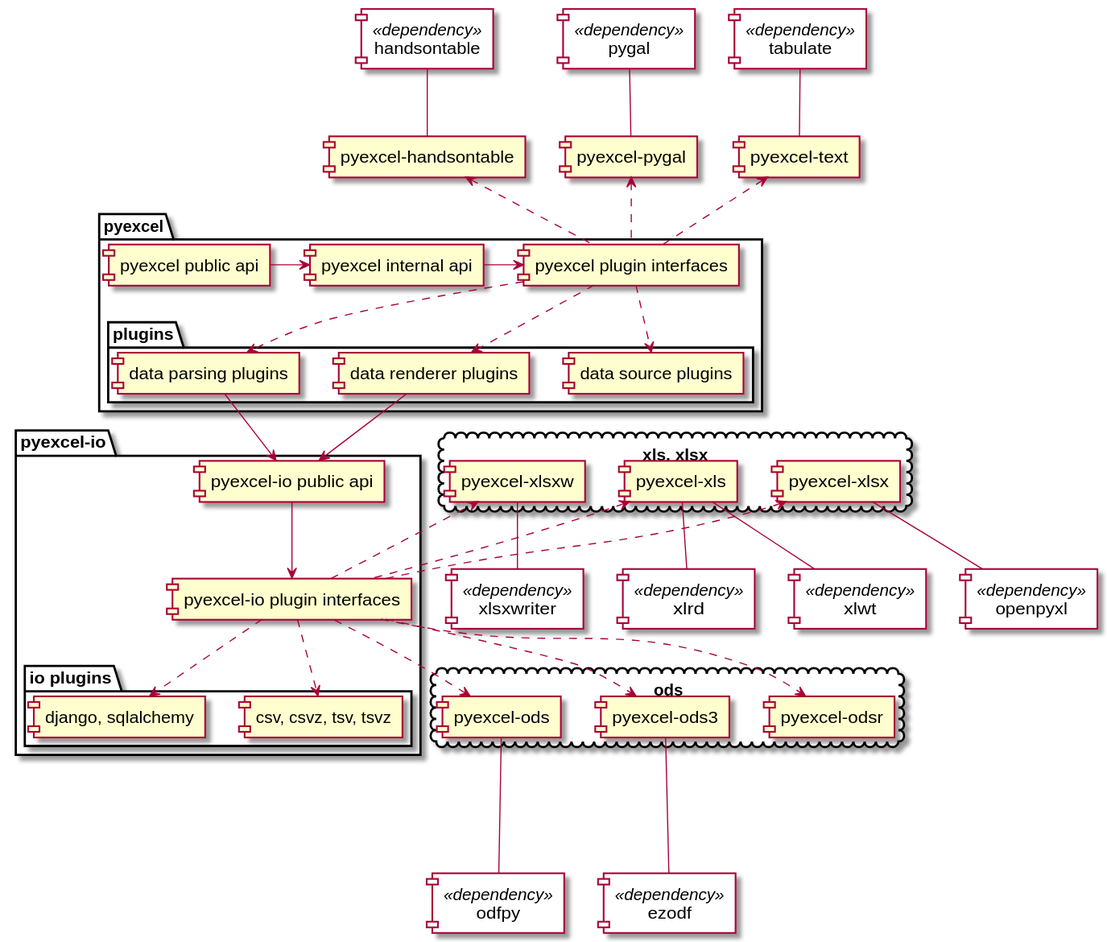
pyexcel/pyexcel keeps this PlantUML diagram as docs/source/_static/images/architecture.svg. Above is the earlier version.
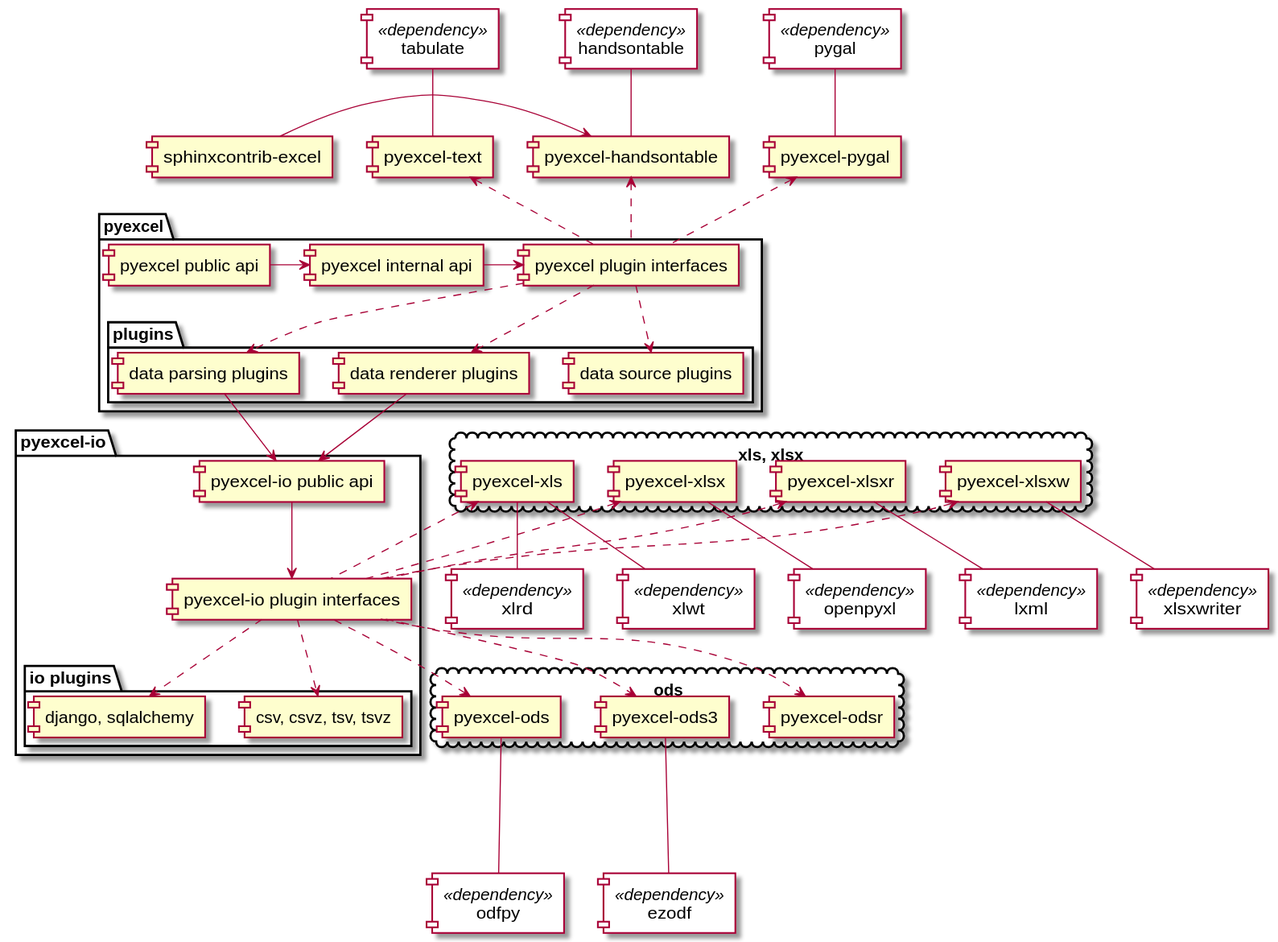
Later version of the same file.

Commit message:
:lipstick: add new libraries into the diagram

The edit, as a diff of the source:
```diff
@@ -30,6 +30,7 @@
 [pyexcel-xls]
 [pyexcel-xlsx]
 [pyexcel-xlsxw]
+[pyexcel-xlsxr]
 }
 
 [tabulate] <<dependency>>
@@ -41,6 +42,7 @@
 [xlsxwriter] <<dependency>>
 [ezodf] <<dependency>>
 [odfpy] <<dependency>>
+[lxml] <<dependency>>
 
 [pyexcel public api] -right-> [pyexcel internal api]
 [pyexcel internal api] -right-> [pyexcel plugin interfaces]
@@ -59,6 +61,7 @@
 [pyexcel-io plugin interfaces] ..> [django, sqlalchemy]
 [pyexcel-io plugin interfaces] .up.> [pyexcel-xls]
 [pyexcel-io plugin interfaces] .up.> [pyexcel-xlsx]
+[pyexcel-io plugin interfaces] .up.> [pyexcel-xlsxr]
 [pyexcel-io plugin interfaces] .left.> [pyexcel-ods]
 [pyexcel-io plugin interfaces] .right.> [pyexcel-ods3]
 [pyexcel-io plugin interfaces] .right.> [pyexcel-xlsxw]
@@ -73,6 +76,8 @@
 [pyexcel-xlsxw] -down- [xlsxwriter]
 [pyexcel-ods3] --- [ezodf]
 [pyexcel-ods] --- [odfpy]
+[pyexcel-xlsxr] -right- [lxml]
+[sphinxcontrib-excel] -right-> [pyexcel-handsontable]
 
 skinparam component{
 
```
